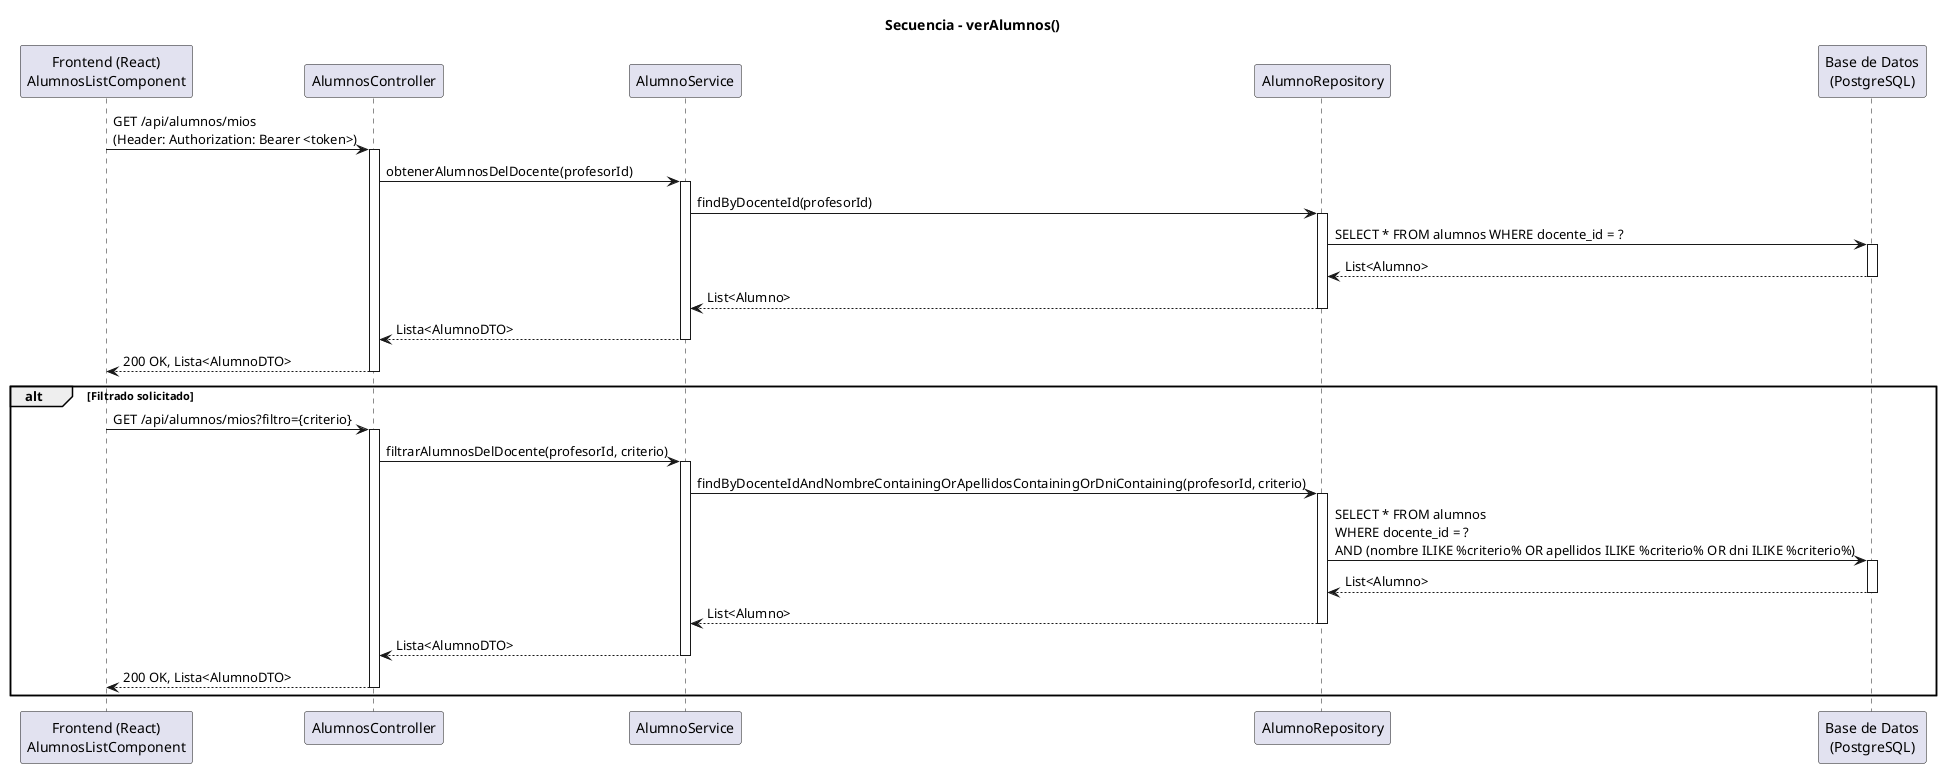
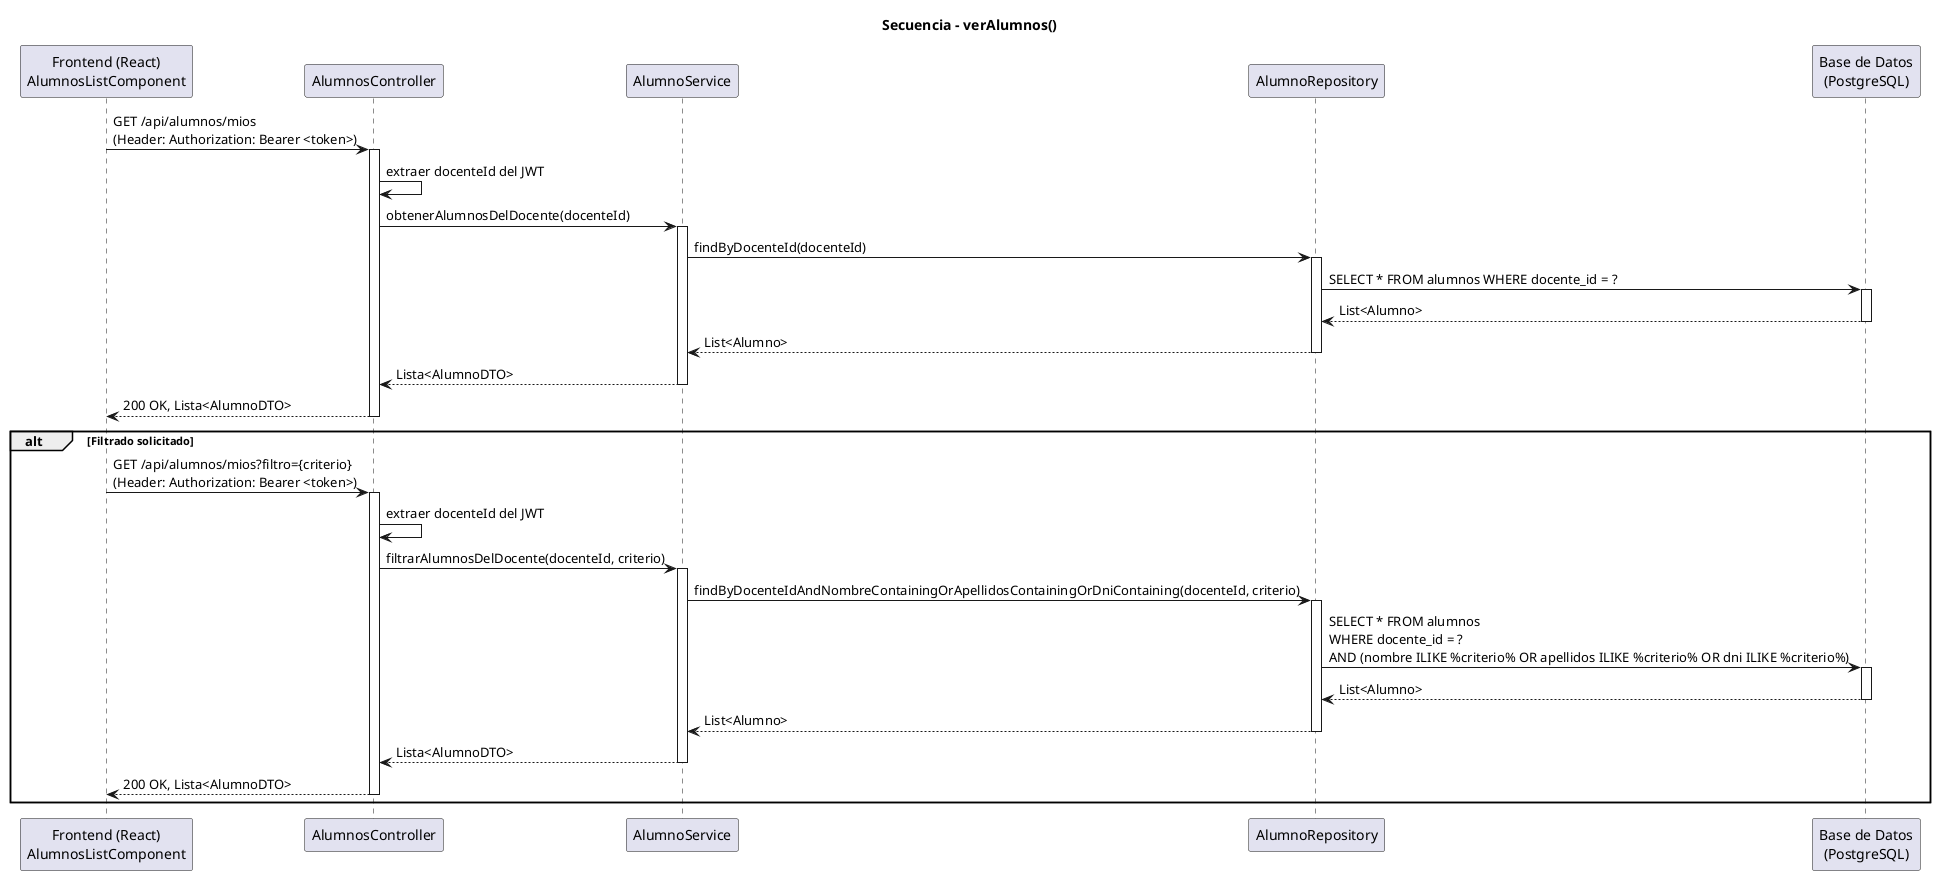
@startuml secuencia-verAlumnos

title Secuencia - verAlumnos()

participant "Frontend (React)\nAlumnosListComponent" as view
participant "AlumnosController" as controller
participant "AlumnoService" as service
participant "AlumnoRepository" as repository
participant "Base de Datos\n(PostgreSQL)" as db

view -> controller : GET /api/alumnos/mios\n(Header: Authorization: Bearer <token>)
activate controller
- 
- controller -> service : obtenerAlumnosDelDocente(profesorId)
+ controller -> controller: extraer docenteId del JWT
+ controller -> service : obtenerAlumnosDelDocente(docenteId)
activate service

- service -> repository : findByDocenteId(profesorId)
+ service -> repository : findByDocenteId(docenteId)
activate repository

repository -> db : SELECT * FROM alumnos WHERE docente_id = ?
activate db
db --> repository : List<Alumno>
deactivate db

repository --> service : List<Alumno>
deactivate repository

service --> controller : Lista<AlumnoDTO>
deactivate service

controller --> view : 200 OK, Lista<AlumnoDTO>
deactivate controller

alt Filtrado solicitado

- view -> controller : GET /api/alumnos/mios?filtro={criterio}
+ view -> controller : GET /api/alumnos/mios?filtro={criterio}\n(Header: Authorization: Bearer <token>)
activate controller

- controller -> service : filtrarAlumnosDelDocente(profesorId, criterio)
+ controller -> controller: extraer docenteId del JWT
+ controller -> service : filtrarAlumnosDelDocente(docenteId, criterio)
activate service

- service -> repository : findByDocenteIdAndNombreContainingOrApellidosContainingOrDniContaining(profesorId, criterio)
+ service -> repository : findByDocenteIdAndNombreContainingOrApellidosContainingOrDniContaining(docenteId, criterio)
activate repository

repository -> db : SELECT * FROM alumnos\nWHERE docente_id = ?\nAND (nombre ILIKE %criterio% OR apellidos ILIKE %criterio% OR dni ILIKE %criterio%)
activate db
db --> repository : List<Alumno>
deactivate db

repository --> service : List<Alumno>
deactivate repository

service --> controller : Lista<AlumnoDTO>
deactivate service

controller --> view : 200 OK, Lista<AlumnoDTO>
deactivate controller

end

@enduml